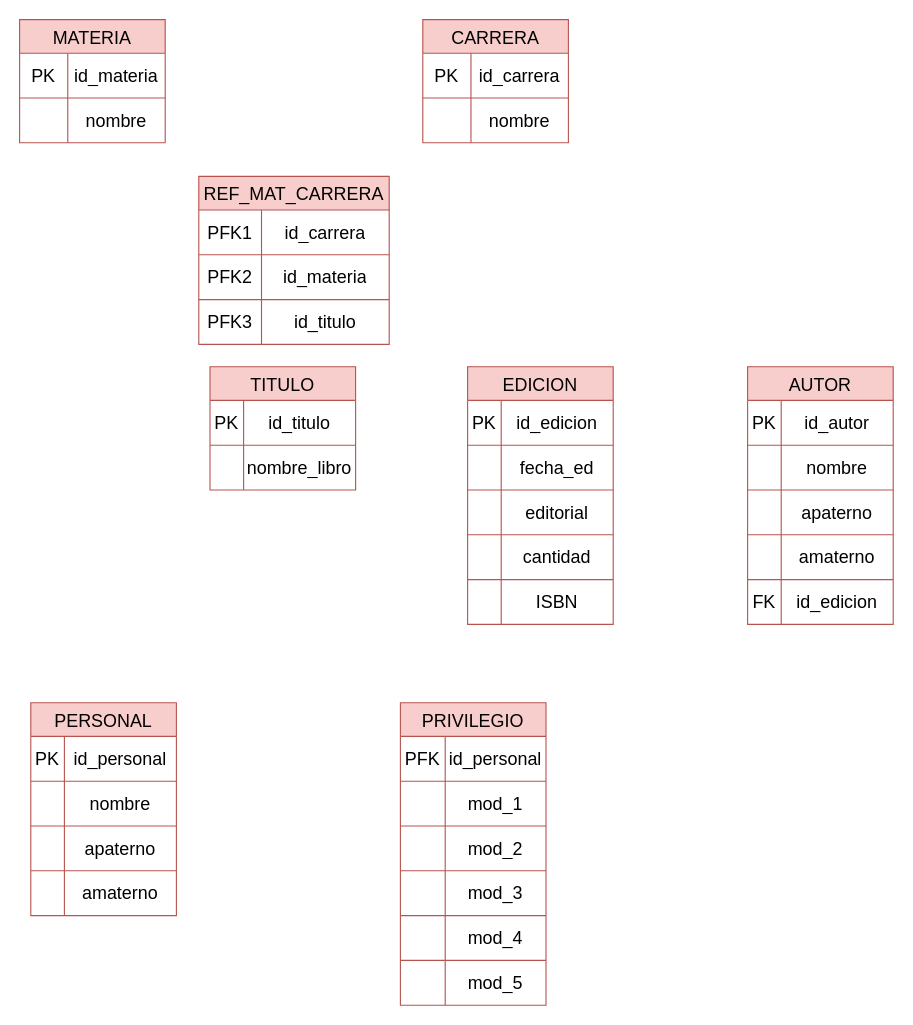
Before: Modelo Logico Proyecto TBD.drawio in misiomishi/itcj, a draw.io diagram. Source tidied: cells renumbered, new cells numbered last; positions are measured from the earlier drawing's top-left corner, leaving out a move shared by most shapes. Both pictures are drawn from the tidied source at 112%, with x=0, y=0 at pixel (19, 19).
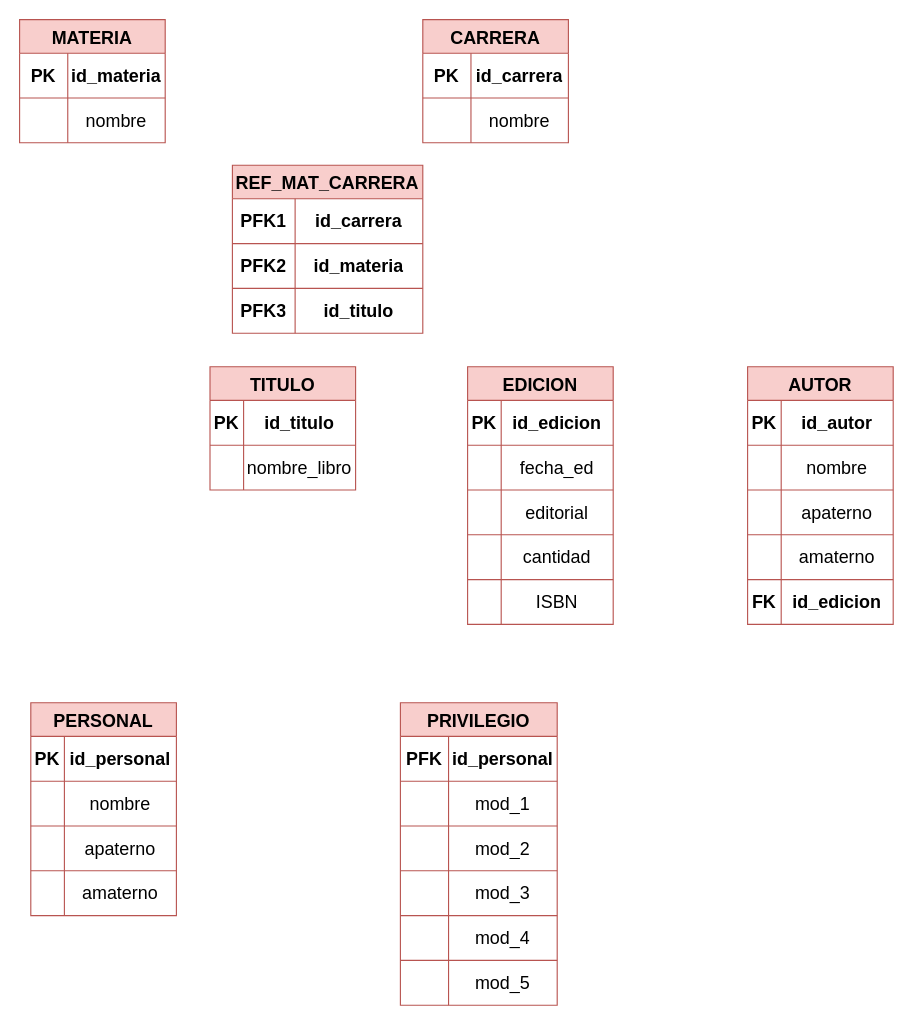
The same page after the edit.

The change refers to these unchanged cells:
```xml
<mxCell id="3" style="shape=tableRow;horizontal=0;startSize=0;swimlaneHead=0;swimlaneBody=0;strokeColor=inherit;top=0;left=0;bottom=0;right=0;fillColor=none;fontSize=16;" parent="2" vertex="1">
  <mxGeometry y="30" width="130" height="40" as="geometry" />
</mxCell>
<mxCell id="10" style="shape=tableRow;horizontal=0;startSize=0;swimlaneHead=0;swimlaneBody=0;strokeColor=inherit;top=0;left=0;bottom=0;right=0;fillColor=none;fontSize=16;" parent="9" vertex="1">
  <mxGeometry y="30" width="130" height="40" as="geometry" />
</mxCell>
<mxCell id="17" style="shape=tableRow;horizontal=0;startSize=0;swimlaneHead=0;swimlaneBody=0;strokeColor=inherit;top=0;left=0;bottom=0;right=0;fillColor=none;fontSize=16;" parent="16" vertex="1">
  <mxGeometry y="30" width="130" height="40" as="geometry" />
</mxCell>
<mxCell id="34" style="shape=tableRow;horizontal=0;startSize=0;swimlaneHead=0;swimlaneBody=0;strokeColor=inherit;top=0;left=0;bottom=0;right=0;fillColor=none;fontSize=16;" parent="33" vertex="1">
  <mxGeometry y="30" width="130" height="40" as="geometry" />
</mxCell>
<mxCell id="50" style="shape=tableRow;horizontal=0;startSize=0;swimlaneHead=0;swimlaneBody=0;strokeColor=inherit;top=0;left=0;bottom=0;right=0;fillColor=none;fontSize=16;" parent="49" vertex="1">
  <mxGeometry y="30" width="130" height="40" as="geometry" />
</mxCell>
<mxCell id="62" style="shape=tableRow;horizontal=0;startSize=0;swimlaneHead=0;swimlaneBody=0;strokeColor=inherit;top=0;left=0;bottom=0;right=0;fillColor=none;fontSize=16;" parent="49" vertex="1">
  <mxGeometry y="190" width="130" height="40" as="geometry" />
</mxCell>
<mxCell id="66" style="shape=tableRow;horizontal=0;startSize=0;swimlaneHead=0;swimlaneBody=0;strokeColor=inherit;top=0;left=0;bottom=0;right=0;fillColor=none;fontSize=16;" parent="65" vertex="1">
  <mxGeometry y="30" width="130" height="40" as="geometry" />
</mxCell>
```

What changed in the source:
```diff
@@
-    <mxCell id="2" value="MATERIA" style="shape=table;startSize=30;childLayout=tableLayout;strokeColor=#b85450;fontSize=16;fillColor=#f8cecc;" parent="1" vertex="1">
+    <mxCell id="2" value="MATERIA" style="shape=table;startSize=30;childLayout=tableLayout;strokeColor=#b85450;fontSize=16;fillColor=#f8cecc;fontStyle=1;" parent="1" vertex="1">
       <mxGeometry width="130" height="110" as="geometry" />
     </mxCell>
@@
-    <mxCell id="4" value="PK" style="shape=partialRectangle;html=1;whiteSpace=wrap;strokeColor=inherit;overflow=hidden;fillColor=none;top=0;left=0;bottom=0;right=0;fontSize=16;" parent="3" vertex="1">
+    <mxCell id="4" value="PK" style="shape=partialRectangle;html=1;whiteSpace=wrap;strokeColor=inherit;overflow=hidden;fillColor=none;top=0;left=0;bottom=0;right=0;fontSize=16;fontStyle=1;" parent="3" vertex="1">
       <mxGeometry width="43" height="40" as="geometry" />
     </mxCell>
-    <mxCell id="5" value="id_materia" style="shape=partialRectangle;html=1;whiteSpace=wrap;strokeColor=inherit;overflow=hidden;fillColor=none;top=0;left=0;bottom=0;right=0;fontSize=16;" parent="3" vertex="1">
+    <mxCell id="5" value="id_materia" style="shape=partialRectangle;html=1;whiteSpace=wrap;strokeColor=inherit;overflow=hidden;fillColor=none;top=0;left=0;bottom=0;right=0;fontSize=16;fontStyle=1;" parent="3" vertex="1">
       <mxGeometry x="43" width="87" height="40" as="geometry" />
     </mxCell>
@@
-    <mxCell id="9" value="CARRERA" style="shape=table;startSize=30;childLayout=tableLayout;strokeColor=#b85450;fontSize=16;fillColor=#f8cecc;" parent="1" vertex="1">
+    <mxCell id="9" value="CARRERA" style="shape=table;startSize=30;childLayout=tableLayout;strokeColor=#b85450;fontSize=16;fillColor=#f8cecc;fontStyle=1;" parent="1" vertex="1">
       <mxGeometry x="360" width="130" height="110" as="geometry" />
     </mxCell>
@@
-    <mxCell id="11" value="PK" style="shape=partialRectangle;html=1;whiteSpace=wrap;strokeColor=inherit;overflow=hidden;fillColor=none;top=0;left=0;bottom=0;right=0;fontSize=16;" parent="10" vertex="1">
+    <mxCell id="11" value="PK" style="shape=partialRectangle;html=1;whiteSpace=wrap;strokeColor=inherit;overflow=hidden;fillColor=none;top=0;left=0;bottom=0;right=0;fontSize=16;fontStyle=1;" parent="10" vertex="1">
       <mxGeometry width="43" height="40" as="geometry" />
     </mxCell>
-    <mxCell id="12" value="id_carrera" style="shape=partialRectangle;html=1;whiteSpace=wrap;strokeColor=inherit;overflow=hidden;fillColor=none;top=0;left=0;bottom=0;right=0;fontSize=16;" parent="10" vertex="1">
+    <mxCell id="12" value="id_carrera" style="shape=partialRectangle;html=1;whiteSpace=wrap;strokeColor=inherit;overflow=hidden;fillColor=none;top=0;left=0;bottom=0;right=0;fontSize=16;fontStyle=1;" parent="10" vertex="1">
       <mxGeometry x="43" width="87" height="40" as="geometry" />
     </mxCell>
@@
-    <mxCell id="16" value="TITULO" style="shape=table;startSize=30;childLayout=tableLayout;strokeColor=#b85450;fontSize=16;fillColor=#f8cecc;" parent="1" vertex="1">
+    <mxCell id="16" value="TITULO" style="shape=table;startSize=30;childLayout=tableLayout;strokeColor=#b85450;fontSize=16;fillColor=#f8cecc;fontStyle=1;" parent="1" vertex="1">
       <mxGeometry x="170" y="310" width="130" height="110" as="geometry" />
     </mxCell>
@@
-    <mxCell id="18" value="PK" style="shape=partialRectangle;html=1;whiteSpace=wrap;strokeColor=inherit;overflow=hidden;fillColor=none;top=0;left=0;bottom=0;right=0;fontSize=16;" parent="17" vertex="1">
+    <mxCell id="18" value="PK" style="shape=partialRectangle;html=1;whiteSpace=wrap;strokeColor=inherit;overflow=hidden;fillColor=none;top=0;left=0;bottom=0;right=0;fontSize=16;fontStyle=1;" parent="17" vertex="1">
       <mxGeometry width="30" height="40" as="geometry" />
     </mxCell>
-    <mxCell id="19" value="id_titulo" style="shape=partialRectangle;html=1;whiteSpace=wrap;strokeColor=inherit;overflow=hidden;fillColor=none;top=0;left=0;bottom=0;right=0;fontSize=16;" parent="17" vertex="1">
+    <mxCell id="19" value="id_titulo" style="shape=partialRectangle;html=1;whiteSpace=wrap;strokeColor=inherit;overflow=hidden;fillColor=none;top=0;left=0;bottom=0;right=0;fontSize=16;fontStyle=1;" parent="17" vertex="1">
       <mxGeometry x="30" width="100" height="40" as="geometry" />
     </mxCell>
@@
-    <mxCell id="23" value="REF_MAT_CARRERA" style="shape=table;startSize=30;childLayout=tableLayout;strokeColor=#b85450;fontSize=16;fillColor=#f8cecc;" parent="1" vertex="1">
-      <mxGeometry x="160" y="140" width="170" height="150" as="geometry" />
+    <mxCell id="23" value="REF_MAT_CARRERA" style="shape=table;startSize=30;childLayout=tableLayout;strokeColor=#b85450;fontSize=16;fillColor=#f8cecc;fontStyle=1;" parent="1" vertex="1">
+      <mxGeometry x="190" y="130" width="170" height="150" as="geometry" />
     </mxCell>
-    <mxCell id="24" style="shape=tableRow;horizontal=0;startSize=0;swimlaneHead=0;swimlaneBody=0;strokeColor=inherit;top=0;left=0;bottom=0;right=0;fillColor=none;fontSize=16;" parent="23" vertex="1">
+    <mxCell id="24" style="shape=tableRow;horizontal=0;startSize=0;swimlaneHead=0;swimlaneBody=0;strokeColor=inherit;top=0;left=0;bottom=0;right=0;fillColor=none;fontSize=16;fontStyle=1;" parent="23" vertex="1">
       <mxGeometry y="30" width="170" height="40" as="geometry" />
     </mxCell>
-    <mxCell id="25" value="PFK1" style="shape=partialRectangle;html=1;whiteSpace=wrap;strokeColor=inherit;overflow=hidden;fillColor=none;top=0;left=0;bottom=0;right=0;fontSize=16;" parent="24" vertex="1">
+    <mxCell id="25" value="PFK1" style="shape=partialRectangle;html=1;whiteSpace=wrap;strokeColor=inherit;overflow=hidden;fillColor=none;top=0;left=0;bottom=0;right=0;fontSize=16;fontStyle=1;" parent="24" vertex="1">
       <mxGeometry width="56" height="40" as="geometry" />
     </mxCell>
-    <mxCell id="26" value="id_carrera" style="shape=partialRectangle;html=1;whiteSpace=wrap;strokeColor=inherit;overflow=hidden;fillColor=none;top=0;left=0;bottom=0;right=0;fontSize=16;" parent="24" vertex="1">
+    <mxCell id="26" value="id_carrera" style="shape=partialRectangle;html=1;whiteSpace=wrap;strokeColor=inherit;overflow=hidden;fillColor=none;top=0;left=0;bottom=0;right=0;fontSize=16;fontStyle=1;" parent="24" vertex="1">
       <mxGeometry x="56" width="114" height="40" as="geometry" />
     </mxCell>
-    <mxCell id="27" style="shape=tableRow;horizontal=0;startSize=0;swimlaneHead=0;swimlaneBody=0;strokeColor=inherit;top=0;left=0;bottom=0;right=0;fillColor=none;fontSize=16;" parent="23" vertex="1">
+    <mxCell id="27" style="shape=tableRow;horizontal=0;startSize=0;swimlaneHead=0;swimlaneBody=0;strokeColor=inherit;top=0;left=0;bottom=0;right=0;fillColor=none;fontSize=16;fontStyle=1;" parent="23" vertex="1">
       <mxGeometry y="70" width="170" height="40" as="geometry" />
     </mxCell>
-    <mxCell id="28" value="PFK2" style="shape=partialRectangle;html=1;whiteSpace=wrap;strokeColor=inherit;overflow=hidden;fillColor=none;top=0;left=0;bottom=0;right=0;fontSize=16;" parent="27" vertex="1">
+    <mxCell id="28" value="PFK2" style="shape=partialRectangle;html=1;whiteSpace=wrap;strokeColor=inherit;overflow=hidden;fillColor=none;top=0;left=0;bottom=0;right=0;fontSize=16;fontStyle=1;" parent="27" vertex="1">
       <mxGeometry width="56" height="40" as="geometry" />
     </mxCell>
-    <mxCell id="29" value="id_materia" style="shape=partialRectangle;html=1;whiteSpace=wrap;strokeColor=inherit;overflow=hidden;fillColor=none;top=0;left=0;bottom=0;right=0;fontSize=16;" parent="27" vertex="1">
+    <mxCell id="29" value="id_materia" style="shape=partialRectangle;html=1;whiteSpace=wrap;strokeColor=inherit;overflow=hidden;fillColor=none;top=0;left=0;bottom=0;right=0;fontSize=16;fontStyle=1;" parent="27" vertex="1">
       <mxGeometry x="56" width="114" height="40" as="geometry" />
     </mxCell>
-    <mxCell id="30" style="shape=tableRow;horizontal=0;startSize=0;swimlaneHead=0;swimlaneBody=0;strokeColor=inherit;top=0;left=0;bottom=0;right=0;fillColor=none;fontSize=16;" parent="23" vertex="1">
+    <mxCell id="30" style="shape=tableRow;horizontal=0;startSize=0;swimlaneHead=0;swimlaneBody=0;strokeColor=inherit;top=0;left=0;bottom=0;right=0;fillColor=none;fontSize=16;fontStyle=1;" parent="23" vertex="1">
       <mxGeometry y="110" width="170" height="40" as="geometry" />
     </mxCell>
-    <mxCell id="31" value="PFK3" style="shape=partialRectangle;html=1;whiteSpace=wrap;strokeColor=inherit;overflow=hidden;fillColor=none;top=0;left=0;bottom=0;right=0;fontSize=16;" parent="30" vertex="1">
+    <mxCell id="31" value="PFK3" style="shape=partialRectangle;html=1;whiteSpace=wrap;strokeColor=inherit;overflow=hidden;fillColor=none;top=0;left=0;bottom=0;right=0;fontSize=16;fontStyle=1;" parent="30" vertex="1">
       <mxGeometry width="56" height="40" as="geometry" />
     </mxCell>
-    <mxCell id="32" value="id_titulo" style="shape=partialRectangle;html=1;whiteSpace=wrap;strokeColor=inherit;overflow=hidden;fillColor=none;top=0;left=0;bottom=0;right=0;fontSize=16;" parent="30" vertex="1">
+    <mxCell id="32" value="id_titulo" style="shape=partialRectangle;html=1;whiteSpace=wrap;strokeColor=inherit;overflow=hidden;fillColor=none;top=0;left=0;bottom=0;right=0;fontSize=16;fontStyle=1;" parent="30" vertex="1">
       <mxGeometry x="56" width="114" height="40" as="geometry" />
     </mxCell>
-    <mxCell id="33" value="EDICION" style="shape=table;startSize=30;childLayout=tableLayout;strokeColor=#b85450;fontSize=16;fillColor=#f8cecc;" parent="1" vertex="1">
+    <mxCell id="33" value="EDICION" style="shape=table;startSize=30;childLayout=tableLayout;strokeColor=#b85450;fontSize=16;fillColor=#f8cecc;fontStyle=1;" parent="1" vertex="1">
       <mxGeometry x="400" y="310" width="130" height="230" as="geometry" />
     </mxCell>
@@
-    <mxCell id="35" value="PK" style="shape=partialRectangle;html=1;whiteSpace=wrap;strokeColor=inherit;overflow=hidden;fillColor=none;top=0;left=0;bottom=0;right=0;fontSize=16;" parent="34" vertex="1">
+    <mxCell id="35" value="PK" style="shape=partialRectangle;html=1;whiteSpace=wrap;strokeColor=inherit;overflow=hidden;fillColor=none;top=0;left=0;bottom=0;right=0;fontSize=16;fontStyle=1;" parent="34" vertex="1">
       <mxGeometry width="30" height="40" as="geometry" />
     </mxCell>
-    <mxCell id="36" value="id_edicion" style="shape=partialRectangle;html=1;whiteSpace=wrap;strokeColor=inherit;overflow=hidden;fillColor=none;top=0;left=0;bottom=0;right=0;fontSize=16;" parent="34" vertex="1">
+    <mxCell id="36" value="id_edicion" style="shape=partialRectangle;html=1;whiteSpace=wrap;strokeColor=inherit;overflow=hidden;fillColor=none;top=0;left=0;bottom=0;right=0;fontSize=16;fontStyle=1;" parent="34" vertex="1">
       <mxGeometry x="30" width="100" height="40" as="geometry" />
     </mxCell>
@@
-    <mxCell id="49" value="AUTOR" style="shape=table;startSize=30;childLayout=tableLayout;strokeColor=#b85450;fontSize=16;fillColor=#f8cecc;" parent="1" vertex="1">
+    <mxCell id="49" value="AUTOR" style="shape=table;startSize=30;childLayout=tableLayout;strokeColor=#b85450;fontSize=16;fillColor=#f8cecc;fontStyle=1;" parent="1" vertex="1">
       <mxGeometry x="650" y="310" width="130" height="230" as="geometry" />
     </mxCell>
@@
-    <mxCell id="51" value="PK" style="shape=partialRectangle;html=1;whiteSpace=wrap;strokeColor=inherit;overflow=hidden;fillColor=none;top=0;left=0;bottom=0;right=0;fontSize=16;" parent="50" vertex="1">
+    <mxCell id="51" value="PK" style="shape=partialRectangle;html=1;whiteSpace=wrap;strokeColor=inherit;overflow=hidden;fillColor=none;top=0;left=0;bottom=0;right=0;fontSize=16;fontStyle=1;" parent="50" vertex="1">
       <mxGeometry width="30" height="40" as="geometry" />
     </mxCell>
-    <mxCell id="52" value="id_autor" style="shape=partialRectangle;html=1;whiteSpace=wrap;strokeColor=inherit;overflow=hidden;fillColor=none;top=0;left=0;bottom=0;right=0;fontSize=16;" parent="50" vertex="1">
+    <mxCell id="52" value="id_autor" style="shape=partialRectangle;html=1;whiteSpace=wrap;strokeColor=inherit;overflow=hidden;fillColor=none;top=0;left=0;bottom=0;right=0;fontSize=16;fontStyle=1;" parent="50" vertex="1">
       <mxGeometry x="30" width="100" height="40" as="geometry" />
     </mxCell>
@@
-    <mxCell id="63" value="FK" style="shape=partialRectangle;html=1;whiteSpace=wrap;strokeColor=inherit;overflow=hidden;fillColor=none;top=0;left=0;bottom=0;right=0;fontSize=16;" parent="62" vertex="1">
+    <mxCell id="63" value="FK" style="shape=partialRectangle;html=1;whiteSpace=wrap;strokeColor=inherit;overflow=hidden;fillColor=none;top=0;left=0;bottom=0;right=0;fontSize=16;fontStyle=1;" parent="62" vertex="1">
       <mxGeometry width="30" height="40" as="geometry" />
     </mxCell>
-    <mxCell id="64" value="id_edicion" style="shape=partialRectangle;html=1;whiteSpace=wrap;strokeColor=inherit;overflow=hidden;fillColor=none;top=0;left=0;bottom=0;right=0;fontSize=16;" parent="62" vertex="1">
+    <mxCell id="64" value="id_edicion" style="shape=partialRectangle;html=1;whiteSpace=wrap;strokeColor=inherit;overflow=hidden;fillColor=none;top=0;left=0;bottom=0;right=0;fontSize=16;fontStyle=1;" parent="62" vertex="1">
       <mxGeometry x="30" width="100" height="40" as="geometry" />
     </mxCell>
-    <mxCell id="65" value="PERSONAL" style="shape=table;startSize=30;childLayout=tableLayout;strokeColor=#b85450;fontSize=16;fillColor=#f8cecc;" parent="1" vertex="1">
+    <mxCell id="65" value="PERSONAL" style="shape=table;startSize=30;childLayout=tableLayout;strokeColor=#b85450;fontSize=16;fillColor=#f8cecc;fontStyle=1;" parent="1" vertex="1">
       <mxGeometry x="10" y="610" width="130" height="190" as="geometry" />
     </mxCell>
@@
-    <mxCell id="67" value="PK" style="shape=partialRectangle;html=1;whiteSpace=wrap;strokeColor=inherit;overflow=hidden;fillColor=none;top=0;left=0;bottom=0;right=0;fontSize=16;" parent="66" vertex="1">
+    <mxCell id="67" value="PK" style="shape=partialRectangle;html=1;whiteSpace=wrap;strokeColor=inherit;overflow=hidden;fillColor=none;top=0;left=0;bottom=0;right=0;fontSize=16;fontStyle=1;" parent="66" vertex="1">
       <mxGeometry width="30" height="40" as="geometry" />
     </mxCell>
-    <mxCell id="68" value="id_personal" style="shape=partialRectangle;html=1;whiteSpace=wrap;strokeColor=inherit;overflow=hidden;fillColor=none;top=0;left=0;bottom=0;right=0;fontSize=16;" parent="66" vertex="1">
+    <mxCell id="68" value="id_personal" style="shape=partialRectangle;html=1;whiteSpace=wrap;strokeColor=inherit;overflow=hidden;fillColor=none;top=0;left=0;bottom=0;right=0;fontSize=16;fontStyle=1;" parent="66" vertex="1">
       <mxGeometry x="30" width="100" height="40" as="geometry" />
     </mxCell>
@@
-    <mxCell id="78" value="PRIVILEGIO" style="shape=table;startSize=30;childLayout=tableLayout;strokeColor=#b85450;fontSize=16;fillColor=#f8cecc;" parent="1" vertex="1">
-      <mxGeometry x="340" y="610" width="130" height="270" as="geometry" />
+    <mxCell id="78" value="PRIVILEGIO" style="shape=table;startSize=30;childLayout=tableLayout;strokeColor=#b85450;fontSize=16;fillColor=#f8cecc;fontStyle=1;" parent="1" vertex="1">
+      <mxGeometry x="340" y="610" width="140" height="270" as="geometry" />
     </mxCell>
     <mxCell id="79" style="shape=tableRow;horizontal=0;startSize=0;swimlaneHead=0;swimlaneBody=0;strokeColor=inherit;top=0;left=0;bottom=0;right=0;fillColor=none;fontSize=16;" parent="78" vertex="1">
-      <mxGeometry y="30" width="130" height="40" as="geometry" />
+      <mxGeometry y="30" width="140" height="40" as="geometry" />
     </mxCell>
-    <mxCell id="80" value="PFK" style="shape=partialRectangle;html=1;whiteSpace=wrap;strokeColor=inherit;overflow=hidden;fillColor=none;top=0;left=0;bottom=0;right=0;fontSize=16;" parent="79" vertex="1">
-      <mxGeometry width="40" height="40" as="geometry" />
+    <mxCell id="80" value="PFK" style="shape=partialRectangle;html=1;whiteSpace=wrap;strokeColor=inherit;overflow=hidden;fillColor=none;top=0;left=0;bottom=0;right=0;fontSize=16;fontStyle=1;" parent="79" vertex="1">
+      <mxGeometry width="43" height="40" as="geometry" />
     </mxCell>
-    <mxCell id="81" value="id_personal" style="shape=partialRectangle;html=1;whiteSpace=wrap;strokeColor=inherit;overflow=hidden;fillColor=none;top=0;left=0;bottom=0;right=0;fontSize=16;" parent="79" vertex="1">
-      <mxGeometry x="40" width="90" height="40" as="geometry" />
+    <mxCell id="81" value="id_personal" style="shape=partialRectangle;html=1;whiteSpace=wrap;strokeColor=inherit;overflow=hidden;fillColor=none;top=0;left=0;bottom=0;right=0;fontSize=16;fontStyle=1;" parent="79" vertex="1">
+      <mxGeometry x="43" width="97" height="40" as="geometry" />
     </mxCell>
     <mxCell id="82" style="shape=tableRow;horizontal=0;startSize=0;swimlaneHead=0;swimlaneBody=0;strokeColor=inherit;top=0;left=0;bottom=0;right=0;fillColor=none;fontSize=16;" parent="78" vertex="1">
-      <mxGeometry y="70" width="130" height="40" as="geometry" />
+      <mxGeometry y="70" width="140" height="40" as="geometry" />
     </mxCell>
     <mxCell id="83" style="shape=partialRectangle;html=1;whiteSpace=wrap;strokeColor=inherit;overflow=hidden;fillColor=none;top=0;left=0;bottom=0;right=0;fontSize=16;" parent="82" vertex="1">
-      <mxGeometry width="40" height="40" as="geometry" />
+      <mxGeometry width="43" height="40" as="geometry" />
     </mxCell>
     <mxCell id="84" value="mod_1" style="shape=partialRectangle;html=1;whiteSpace=wrap;strokeColor=inherit;overflow=hidden;fillColor=none;top=0;left=0;bottom=0;right=0;fontSize=16;" parent="82" vertex="1">
-      <mxGeometry x="40" width="90" height="40" as="geometry" />
+      <mxGeometry x="43" width="97" height="40" as="geometry" />
     </mxCell>
     <mxCell id="85" style="shape=tableRow;horizontal=0;startSize=0;swimlaneHead=0;swimlaneBody=0;strokeColor=inherit;top=0;left=0;bottom=0;right=0;fillColor=none;fontSize=16;" parent="78" vertex="1">
-      <mxGeometry y="110" width="130" height="40" as="geometry" />
+      <mxGeometry y="110" width="140" height="40" as="geometry" />
     </mxCell>
     <mxCell id="86" style="shape=partialRectangle;html=1;whiteSpace=wrap;strokeColor=inherit;overflow=hidden;fillColor=none;top=0;left=0;bottom=0;right=0;fontSize=16;" parent="85" vertex="1">
-      <mxGeometry width="40" height="40" as="geometry" />
+      <mxGeometry width="43" height="40" as="geometry" />
     </mxCell>
     <mxCell id="87" value="mod_2" style="shape=partialRectangle;html=1;whiteSpace=wrap;strokeColor=inherit;overflow=hidden;fillColor=none;top=0;left=0;bottom=0;right=0;fontSize=16;" parent="85" vertex="1">
-      <mxGeometry x="40" width="90" height="40" as="geometry" />
+      <mxGeometry x="43" width="97" height="40" as="geometry" />
     </mxCell>
     <mxCell id="88" style="shape=tableRow;horizontal=0;startSize=0;swimlaneHead=0;swimlaneBody=0;strokeColor=inherit;top=0;left=0;bottom=0;right=0;fillColor=none;fontSize=16;" parent="78" vertex="1">
-      <mxGeometry y="150" width="130" height="40" as="geometry" />
+      <mxGeometry y="150" width="140" height="40" as="geometry" />
     </mxCell>
     <mxCell id="89" style="shape=partialRectangle;html=1;whiteSpace=wrap;strokeColor=inherit;overflow=hidden;fillColor=none;top=0;left=0;bottom=0;right=0;fontSize=16;" parent="88" vertex="1">
-      <mxGeometry width="40" height="40" as="geometry" />
+      <mxGeometry width="43" height="40" as="geometry" />
     </mxCell>
     <mxCell id="90" value="mod_3" style="shape=partialRectangle;html=1;whiteSpace=wrap;strokeColor=inherit;overflow=hidden;fillColor=none;top=0;left=0;bottom=0;right=0;fontSize=16;" parent="88" vertex="1">
-      <mxGeometry x="40" width="90" height="40" as="geometry" />
+      <mxGeometry x="43" width="97" height="40" as="geometry" />
     </mxCell>
     <mxCell id="91" style="shape=tableRow;horizontal=0;startSize=0;swimlaneHead=0;swimlaneBody=0;strokeColor=inherit;top=0;left=0;bottom=0;right=0;fillColor=none;fontSize=16;" parent="78" vertex="1">
-      <mxGeometry y="190" width="130" height="40" as="geometry" />
+      <mxGeometry y="190" width="140" height="40" as="geometry" />
     </mxCell>
     <mxCell id="92" style="shape=partialRectangle;html=1;whiteSpace=wrap;strokeColor=inherit;overflow=hidden;fillColor=none;top=0;left=0;bottom=0;right=0;fontSize=16;" parent="91" vertex="1">
-      <mxGeometry width="40" height="40" as="geometry" />
+      <mxGeometry width="43" height="40" as="geometry" />
     </mxCell>
     <mxCell id="93" value="mod_4" style="shape=partialRectangle;html=1;whiteSpace=wrap;strokeColor=inherit;overflow=hidden;fillColor=none;top=0;left=0;bottom=0;right=0;fontSize=16;" parent="91" vertex="1">
-      <mxGeometry x="40" width="90" height="40" as="geometry" />
+      <mxGeometry x="43" width="97" height="40" as="geometry" />
     </mxCell>
     <mxCell id="94" style="shape=tableRow;horizontal=0;startSize=0;swimlaneHead=0;swimlaneBody=0;strokeColor=inherit;top=0;left=0;bottom=0;right=0;fillColor=none;fontSize=16;" parent="78" vertex="1">
-      <mxGeometry y="230" width="130" height="40" as="geometry" />
+      <mxGeometry y="230" width="140" height="40" as="geometry" />
     </mxCell>
     <mxCell id="95" style="shape=partialRectangle;html=1;whiteSpace=wrap;strokeColor=inherit;overflow=hidden;fillColor=none;top=0;left=0;bottom=0;right=0;fontSize=16;" parent="94" vertex="1">
-      <mxGeometry width="40" height="40" as="geometry" />
+      <mxGeometry width="43" height="40" as="geometry" />
     </mxCell>
     <mxCell id="96" value="mod_5" style="shape=partialRectangle;html=1;whiteSpace=wrap;strokeColor=inherit;overflow=hidden;fillColor=none;top=0;left=0;bottom=0;right=0;fontSize=16;" parent="94" vertex="1">
-      <mxGeometry x="40" width="90" height="40" as="geometry" />
+      <mxGeometry x="43" width="97" height="40" as="geometry" />
     </mxCell>
```
